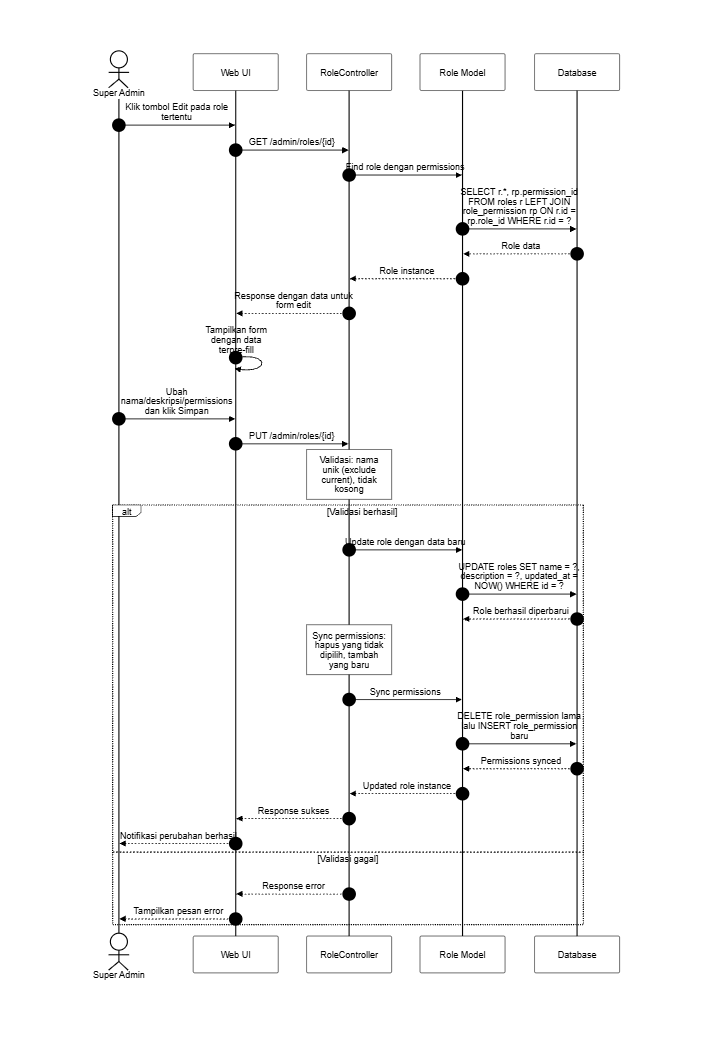
Above: docs/SequenceDiagram/PNG_Transparent/KelolaRole-Ubah.png in SulaimanHafi23/SimpegRSHDI (Mermaid), before the change. Its source is kept beside it as docs/SequenceDiagram/KelolaRole-Ubah.mermaid. Source of this version:
```mermaid
---
id: KelolaRole-UbahRole
title: Kelola Role - Ubah Role
---
%%{init: {"theme": "base", "themeVariables": {"background": "#dddddd", "primaryColor": "#ffffff", "primaryBorderColor": "#000000", "primaryTextColor": "#000000", "lineColor": "#000000", "textColor": "#000000", "actorBkg": "#ffffff", "actorBorder": "#000000", "actorTextColor": "#000000", "activationBkgColor": "#ffffff", "activationBorderColor": "#000000", "signalColor": "#000000", "signalTextColor": "#000000", "labelBoxBkgColor": "#ffffff", "labelBoxBorderColor": "#000000", "labelTextColor": "#000000", "sequenceNumberColor": "#000000", "noteBkgColor": "#ffffff", "noteBorderColor": "#000000", "noteTextColor": "#000000"}, "sequence": {"useMaxWidth": true, "wrap": true, "messageFontSize": 12, "noteFontSize": 12}}}%%
sequenceDiagram
    autonumber
    actor SA as Super Admin
    participant UI as Web UI
    participant C as RoleController
    participant R as Role Model
    participant DB as Database

    SA->>UI: Klik tombol Edit pada role tertentu
    UI->>C: GET /admin/roles/{id}
    C->>R: Find role dengan permissions
    R->>DB: SELECT r.*, rp.permission_id FROM roles r LEFT JOIN role_permission rp ON r.id = rp.role_id WHERE r.id = ?
    DB-->>R: Role data
    R-->>C: Role instance
    C-->>UI: Response dengan data untuk form edit
    UI->>UI: Tampilkan form dengan data terpre-fill
    SA->>UI: Ubah nama/deskripsi/permissions dan klik Simpan
    UI->>C: PUT /admin/roles/{id}
    note over C: Validasi: nama unik (exclude current), tidak kosong
    alt Validasi berhasil
        C->>R: Update role dengan data baru
        R->>DB: UPDATE roles SET name = ?, description = ?, updated_at = NOW() WHERE id = ?
        DB-->>R: Role berhasil diperbarui
        note over C: Sync permissions: hapus yang tidak dipilih, tambah yang baru
        C->>R: Sync permissions
        R->>DB: DELETE role_permission lama lalu INSERT role_permission baru
        DB-->>R: Permissions synced
        R-->>C: Updated role instance
        C-->>UI: Response sukses
        UI-->>SA: Notifikasi perubahan berhasil
    else Validasi gagal
        C-->>UI: Response error
        UI-->>SA: Tampilkan pesan error
    end
```
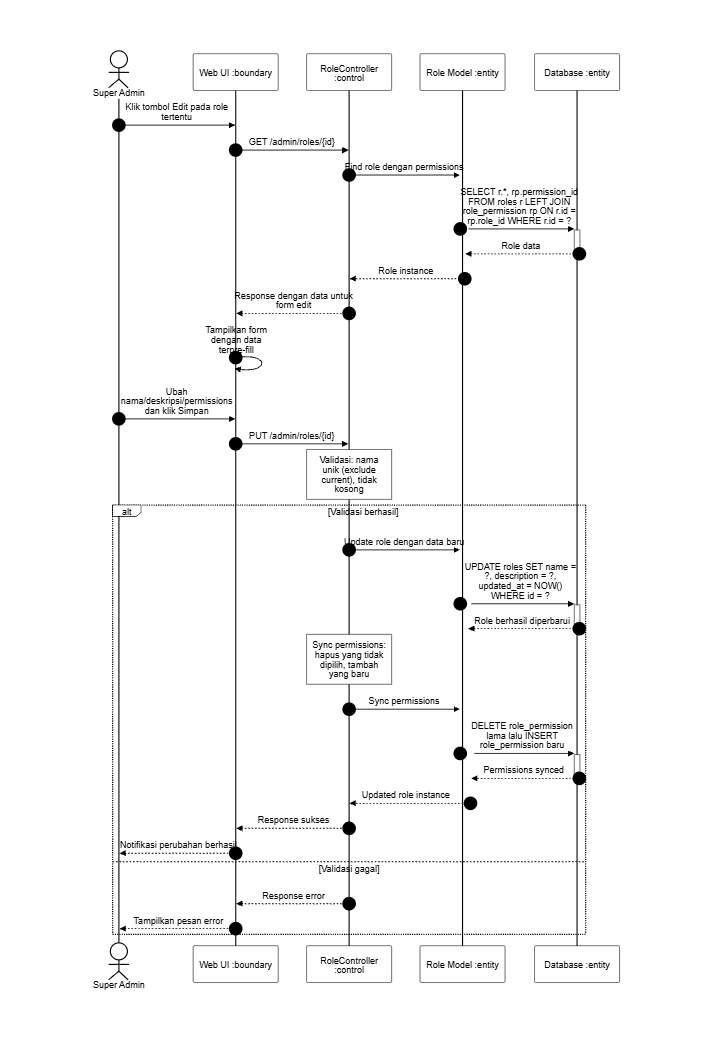
The same diagram one commit later.

The edit, as a diff of the source:
```diff
@@ -6,16 +6,16 @@
 sequenceDiagram
     autonumber
     actor SA as Super Admin
-    participant UI as Web UI
-    participant C as RoleController
-    participant R as Role Model
-    participant DB as Database
+    participant UI as Web UI :boundary
+    participant C as RoleController :control
+    participant R as Role Model :entity
+    participant DB as Database :entity
 
     SA->>UI: Klik tombol Edit pada role tertentu
     UI->>C: GET /admin/roles/{id}
-    C->>R: Find role dengan permissions
-    R->>DB: SELECT r.*, rp.permission_id FROM roles r LEFT JOIN role_permission rp ON r.id = rp.role_id WHERE r.id = ?
-    DB-->>R: Role data
+    C->>+R: Find role dengan permissions
+    R->>+DB: SELECT r.*, rp.permission_id FROM roles r LEFT JOIN role_permission rp ON r.id = rp.role_id WHERE r.id = ?
+    DB-->>-R: Role data
     R-->>C: Role instance
     C-->>UI: Response dengan data untuk form edit
     UI->>UI: Tampilkan form dengan data terpre-fill
@@ -23,13 +23,13 @@
     UI->>C: PUT /admin/roles/{id}
     note over C: Validasi: nama unik (exclude current), tidak kosong
     alt Validasi berhasil
-        C->>R: Update role dengan data baru
-        R->>DB: UPDATE roles SET name = ?, description = ?, updated_at = NOW() WHERE id = ?
-        DB-->>R: Role berhasil diperbarui
+        C->>+R: Update role dengan data baru
+        R->>+DB: UPDATE roles SET name = ?, description = ?, updated_at = NOW() WHERE id = ?
+        DB-->>-R: Role berhasil diperbarui
         note over C: Sync permissions: hapus yang tidak dipilih, tambah yang baru
-        C->>R: Sync permissions
-        R->>DB: DELETE role_permission lama lalu INSERT role_permission baru
-        DB-->>R: Permissions synced
+        C->>+R: Sync permissions
+        R->>+DB: DELETE role_permission lama lalu INSERT role_permission baru
+        DB-->>-R: Permissions synced
         R-->>C: Updated role instance
         C-->>UI: Response sukses
         UI-->>SA: Notifikasi perubahan berhasil
```
